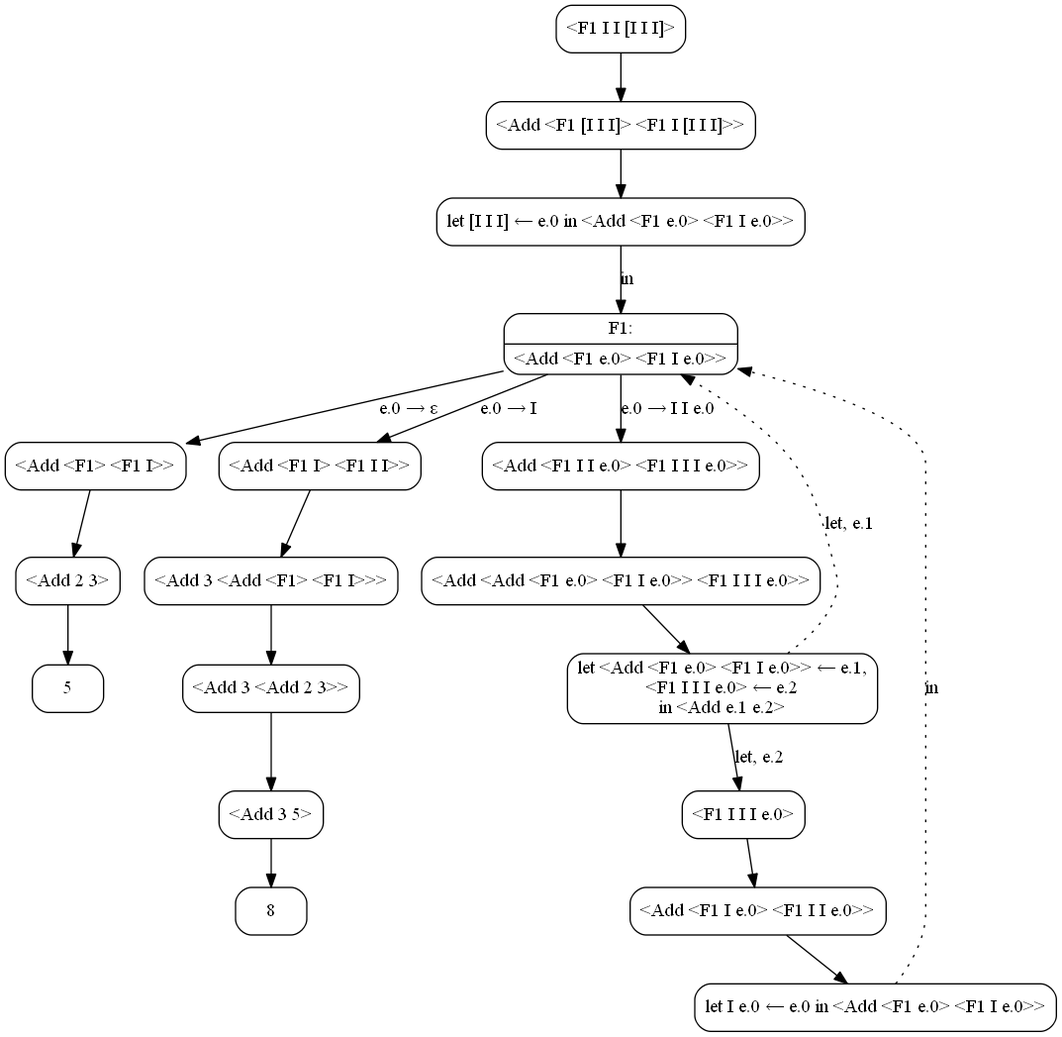
The Graphviz diagram pics/7010-fibint.png in Mazdaywik/mazdaywik.github.io, before a commit. Its source is kept beside it as pics/7010-fibint.dot. Source of this version:
```dot
digraph {
  node [shape=box, style=rounded];

  C0 [label="<F1 I I [I I I]>"];
  C1 [label="<Add <F1 [I I I]> <F1 I [I I I]>>"];
  C0 -> C1;
  C2 [label="let [I I I] ← e.0 in <Add <F1 e.0> <F1 I e.0>>"];
  C1 -> C2;
  F1 [shape=record, label="{F1:|\<Add \<F1 e.0\> \<F1 I e.0\>\>}"];
  C2 -> F1 [label="in"];
  C3 [label="<Add <F1> <F1 I>>"]
  F1 -> C3 [label="e.0 → ε"];
  C4 [label="<Add 2 3>"];
  C3 -> C4;
  C5 [label="5"];
  C4 -> C5;
  C6 [label="<Add <F1 I> <F1 I I>>"];
  F1 -> C6 [label="e.0 → I"];
  C6a [label="<Add 3 <Add <F1> <F1 I>>>"];
  C6 -> C6a;
  C6b [label="<Add 3 <Add 2 3>>"];
  C6a -> C6b
  C7 [label="<Add 3 5>"];
  C6b -> C7;
  C8 [label="8"];
  C7 -> C8;
  C9 [label="<Add <F1 I I e.0> <F1 I I I e.0>>"];
  F1 -> C9 [label="e.0 → I I e.0"];
  C10 [label="<Add <Add <F1 e.0> <F1 I e.0>> <F1 I I I e.0>>"];
  C9 -> C10;
  C11 [label="let <Add <F1 e.0> <F1 I e.0>> ← e.1,\n<F1 I I I e.0> ← e.2\nin <Add e.1 e.2>"];
  C10 -> C11;
  C11 -> F1 [label="let, e.1", style=dotted];
  C12 [label="<F1 I I I e.0>"];
  C11 -> C12 [label="let, e.2"];
  C13 [label="<Add <F1 I e.0> <F1 I I e.0>>"];
  C12 -> C13;
  C14 [label="let I e.0 ← e.0 in <Add <F1 e.0> <F1 I e.0>>"];
  C13 -> C14;
  C14 -> F1 [label="in", style=dotted];
}
```
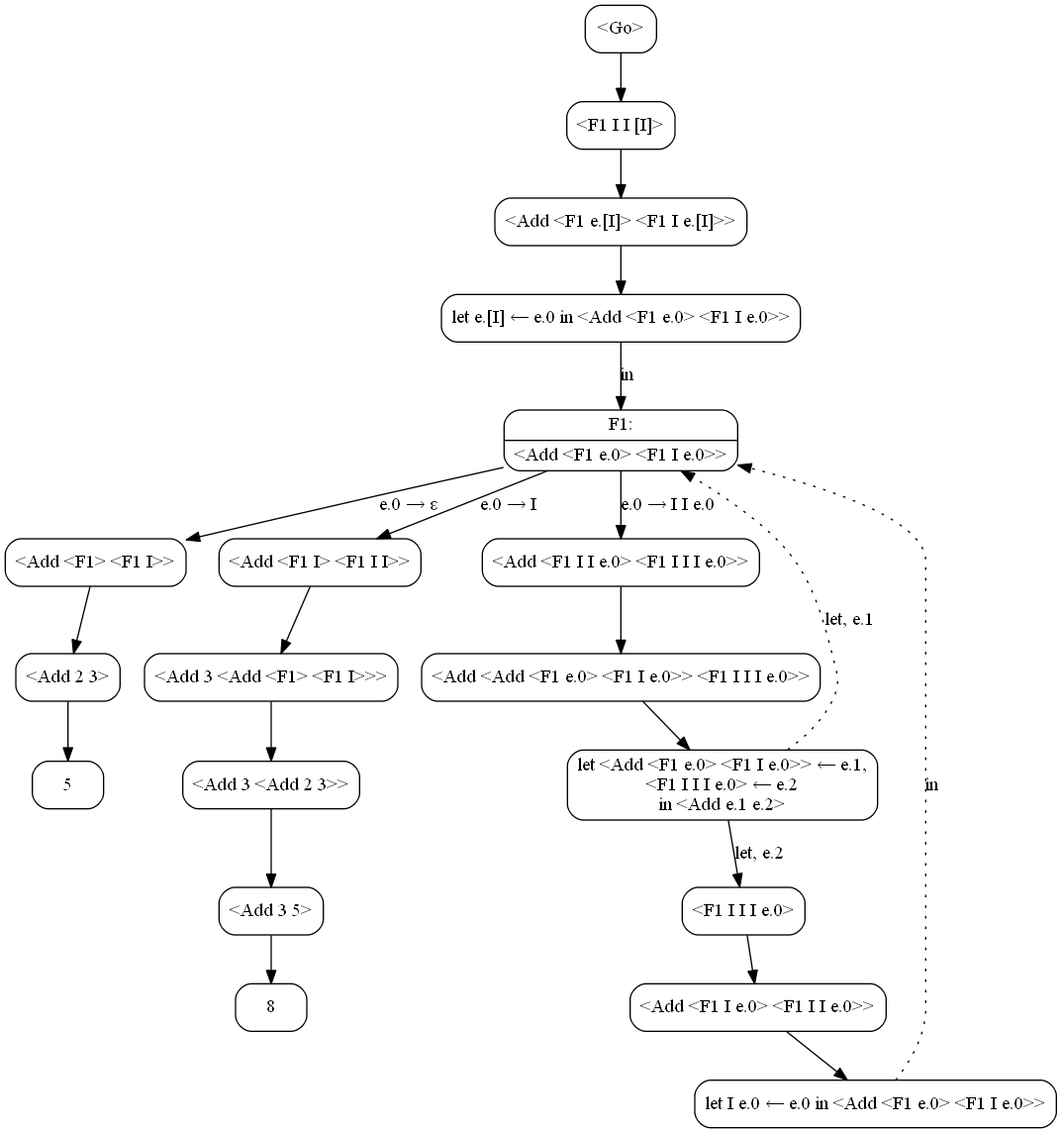
The same diagram one commit later.

What changed in the source:
```diff
@@ -1,10 +1,12 @@
 digraph {
   node [shape=box, style=rounded];
 
-  C0 [label="<F1 I I [I I I]>"];
-  C1 [label="<Add <F1 [I I I]> <F1 I [I I I]>>"];
+  Go [label="<Go>"];
+  C0 [label="<F1 I I [I]>"];
+  Go -> C0;
+  C1 [label="<Add <F1 e.[I]> <F1 I e.[I]>>"];
   C0 -> C1;
-  C2 [label="let [I I I] ← e.0 in <Add <F1 e.0> <F1 I e.0>>"];
+  C2 [label="let e.[I] ← e.0 in <Add <F1 e.0> <F1 I e.0>>"];
   C1 -> C2;
   F1 [shape=record, label="{F1:|\<Add \<F1 e.0\> \<F1 I e.0\>\>}"];
   C2 -> F1 [label="in"];
```
